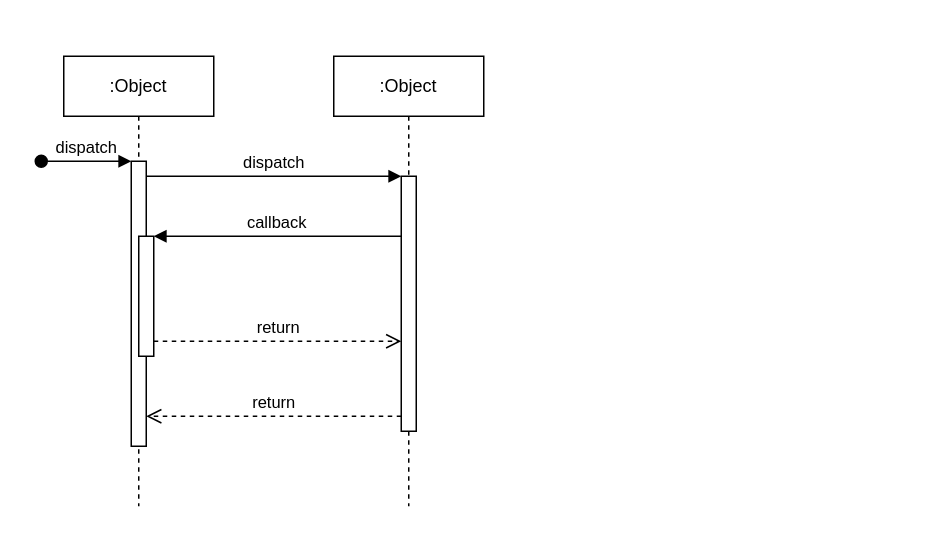
The draw.io diagram Untitled Diagram.drawio in lucasnaza1/EasyDrive, before the edit. Source tidied: cells renumbered, new cells numbered last; positions are measured from the earlier drawing's top-left corner, leaving out a move shared by most shapes. Both pictures are drawn from the tidied source at 150%, with x=0, y=0 at pixel (40, 56).
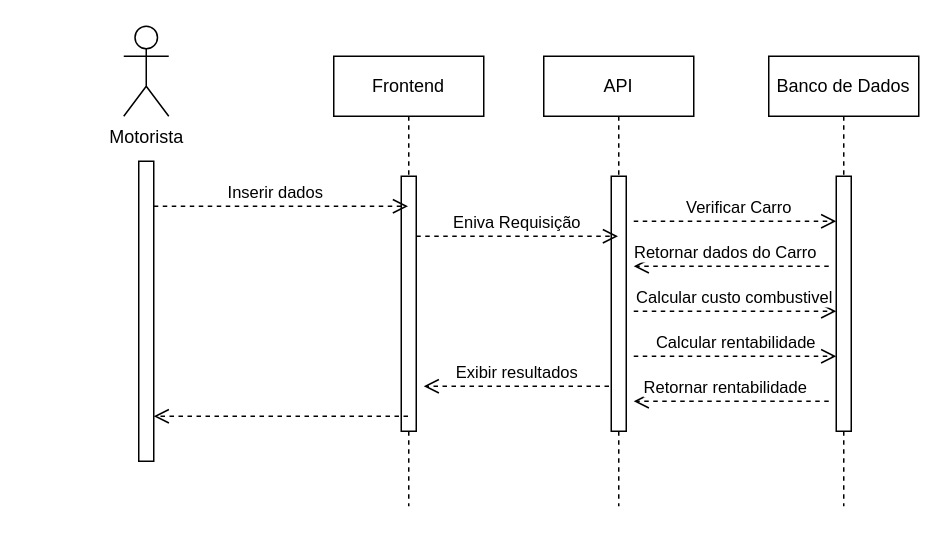
Above is the later version.

Unchanged cells that the change refers to:
```xml
<mxCell id="7" style="html=1;points=[];perimeter=orthogonalPerimeter;outlineConnect=0;targetShapes=umlLifeline;portConstraint=eastwest;newEdgeStyle={&quot;edgeStyle&quot;:&quot;elbowEdgeStyle&quot;,&quot;elbow&quot;:&quot;vertical&quot;,&quot;curved&quot;:0,&quot;rounded&quot;:0};" parent="6" vertex="1">
  <mxGeometry x="45" y="80" width="10" height="170" as="geometry" />
</mxCell>
```

What changed in the source:
```diff
@@
-    <mxCell id="2" value=":Object" style="shape=umlLifeline;perimeter=lifelinePerimeter;whiteSpace=wrap;html=1;newEdgeStyle={&quot;edgeStyle&quot;:&quot;elbowEdgeStyle&quot;,&quot;elbow&quot;:&quot;vertical&quot;,&quot;curved&quot;:0,&quot;rounded&quot;:0};" parent="1" vertex="1">
-      <mxGeometry x="15" width="100" height="300" as="geometry" />
-    </mxCell>
-    <mxCell id="3" style="html=1;points=[];perimeter=orthogonalPerimeter;outlineConnect=0;targetShapes=umlLifeline;portConstraint=eastwest;newEdgeStyle={&quot;edgeStyle&quot;:&quot;elbowEdgeStyle&quot;,&quot;elbow&quot;:&quot;vertical&quot;,&quot;curved&quot;:0,&quot;rounded&quot;:0};" parent="2" vertex="1">
-      <mxGeometry x="45" y="70" width="10" height="190" as="geometry" />
-    </mxCell>
-    <mxCell id="4" value="dispatch" style="html=1;verticalAlign=bottom;startArrow=oval;endArrow=block;startSize=8;edgeStyle=elbowEdgeStyle;elbow=vertical;curved=0;rounded=0;" parent="2" edge="1" target="3">
-      <mxGeometry relative="1" as="geometry">
-        <mxPoint x="-15" y="70" as="sourcePoint" />
-      </mxGeometry>
-    </mxCell>
-    <mxCell id="5" style="html=1;points=[];perimeter=orthogonalPerimeter;outlineConnect=0;targetShapes=umlLifeline;portConstraint=eastwest;newEdgeStyle={&quot;edgeStyle&quot;:&quot;elbowEdgeStyle&quot;,&quot;elbow&quot;:&quot;vertical&quot;,&quot;curved&quot;:0,&quot;rounded&quot;:0};" parent="2" vertex="1">
-      <mxGeometry x="50" y="120" width="10" height="80" as="geometry" />
-    </mxCell>
-    <mxCell id="6" value=":Object" style="shape=umlLifeline;perimeter=lifelinePerimeter;whiteSpace=wrap;html=1;outlineConnect=0;portConstraint=eastwest;newEdgeStyle={&quot;edgeStyle&quot;:&quot;elbowEdgeStyle&quot;,&quot;elbow&quot;:&quot;vertical&quot;,&quot;curved&quot;:0,&quot;rounded&quot;:0};" parent="1" vertex="1">
+    <mxCell id="6" value="Frontend" style="shape=umlLifeline;perimeter=lifelinePerimeter;whiteSpace=wrap;html=1;outlineConnect=0;portConstraint=eastwest;newEdgeStyle={&quot;edgeStyle&quot;:&quot;elbowEdgeStyle&quot;,&quot;elbow&quot;:&quot;vertical&quot;,&quot;curved&quot;:0,&quot;rounded&quot;:0};" parent="1" vertex="1">
       <mxGeometry x="195" width="100" height="300" as="geometry" />
     </mxCell>
@@
-    <mxCell id="8" value="dispatch" style="html=1;verticalAlign=bottom;endArrow=block;edgeStyle=elbowEdgeStyle;elbow=vertical;curved=0;rounded=0;" parent="1" edge="1" source="3" target="7">
-      <mxGeometry relative="1" as="geometry">
-        <Array as="points">
-          <mxPoint x="155" y="80" />
-        </Array>
-      </mxGeometry>
-    </mxCell>
-    <mxCell id="9" value="return" style="html=1;verticalAlign=bottom;endArrow=open;dashed=1;endSize=8;edgeStyle=elbowEdgeStyle;elbow=vertical;curved=0;rounded=0;" parent="1" edge="1" source="7" target="3">
-      <mxGeometry relative="1" as="geometry">
+    <mxCell id="9" value="Exibir resultados" style="html=1;verticalAlign=bottom;endArrow=open;dashed=1;endSize=8;edgeStyle=elbowEdgeStyle;elbow=vertical;curved=0;rounded=0;" parent="1" edge="1" source="12">
+      <mxGeometry x="0.07" relative="1" as="geometry">
+        <mxPoint x="255" y="220" as="targetPoint" />
         <Array as="points">
-          <mxPoint x="165" y="240" />
+          <mxPoint x="340" y="220" />
+          <mxPoint x="340" y="230" />
         </Array>
+        <mxPoint x="1" as="offset" />
       </mxGeometry>
     </mxCell>
-    <mxCell id="10" value="callback" style="html=1;verticalAlign=bottom;endArrow=block;edgeStyle=elbowEdgeStyle;elbow=vertical;curved=0;rounded=0;" parent="1" edge="1" source="7" target="5">
-      <mxGeometry relative="1" as="geometry">
-        <Array as="points">
-          <mxPoint x="165" y="120" />
-        </Array>
-      </mxGeometry>
-    </mxCell>
-    <mxCell id="11" value="return" style="html=1;verticalAlign=bottom;endArrow=open;dashed=1;endSize=8;edgeStyle=elbowEdgeStyle;elbow=vertical;curved=0;rounded=0;" parent="1" edge="1" source="5" target="7">
-      <mxGeometry relative="1" as="geometry">
-        <Array as="points">
-          <mxPoint x="155" y="190" />
-        </Array>
-      </mxGeometry>
-    </mxCell>
+    <mxCell id="12" value="API" style="shape=umlLifeline;perimeter=lifelinePerimeter;whiteSpace=wrap;html=1;outlineConnect=0;portConstraint=eastwest;newEdgeStyle={&quot;edgeStyle&quot;:&quot;elbowEdgeStyle&quot;,&quot;elbow&quot;:&quot;vertical&quot;,&quot;curved&quot;:0,&quot;rounded&quot;:0};" parent="1" vertex="1">
+      <mxGeometry x="335" width="100" height="300" as="geometry" />
+    </mxCell>
+    <mxCell id="13" style="html=1;perimeter=orthogonalPerimeter;targetShapes=umlLifeline;newEdgeStyle={&quot;edgeStyle&quot;:&quot;elbowEdgeStyle&quot;,&quot;elbow&quot;:&quot;vertical&quot;,&quot;curved&quot;:0,&quot;rounded&quot;:0};" parent="12" vertex="1">
+      <mxGeometry x="45" y="80" width="10" height="170" as="geometry" />
+    </mxCell>
+    <mxCell id="14" value="Banco de Dados" style="shape=umlLifeline;perimeter=lifelinePerimeter;whiteSpace=wrap;html=1;newEdgeStyle={&quot;edgeStyle&quot;:&quot;elbowEdgeStyle&quot;,&quot;elbow&quot;:&quot;vertical&quot;,&quot;curved&quot;:0,&quot;rounded&quot;:0};" parent="1" vertex="1">
+      <mxGeometry x="485" width="100" height="300" as="geometry" />
+    </mxCell>
+    <mxCell id="15" style="html=1;perimeter=orthogonalPerimeter;targetShapes=umlLifeline;newEdgeStyle={&quot;edgeStyle&quot;:&quot;elbowEdgeStyle&quot;,&quot;elbow&quot;:&quot;vertical&quot;,&quot;curved&quot;:0,&quot;rounded&quot;:0};" parent="14" vertex="1">
+      <mxGeometry x="45" y="80" width="10" height="170" as="geometry" />
+    </mxCell>
+    <mxCell id="16" value="Eniva Requisição" style="html=1;verticalAlign=bottom;endArrow=open;dashed=1;endSize=8;curved=0;rounded=0;" parent="1" edge="1" source="7" target="12">
+      <mxGeometry relative="1" as="geometry">
+        <Array as="points">
+          <mxPoint x="295" y="120" />
+        </Array>
+      </mxGeometry>
+    </mxCell>
+    <mxCell id="17" value="Inserir dados" style="html=1;verticalAlign=bottom;endArrow=open;dashed=1;endSize=8;curved=0;rounded=0;" parent="1" edge="1" target="6">
+      <mxGeometry x="-0.04" relative="1" as="geometry">
+        <mxPoint x="75" y="100" as="sourcePoint" />
+        <Array as="points">
+          <mxPoint x="120" y="100" />
+        </Array>
+      </mxGeometry>
+    </mxCell>
+    <mxCell id="18" style="html=1;verticalAlign=bottom;endArrow=open;dashed=1;endSize=8;edgeStyle=elbowEdgeStyle;elbow=vertical;curved=0;rounded=0;" parent="1" edge="1" source="6">
+      <mxGeometry x="0.07" relative="1" as="geometry">
+        <mxPoint x="75" y="240" as="targetPoint" />
+        <Array as="points">
+          <mxPoint x="150" y="240" />
+          <mxPoint x="150" y="250" />
+        </Array>
+        <mxPoint x="1" as="offset" />
+      </mxGeometry>
+    </mxCell>
+    <mxCell id="19" value="Verificar Carro" style="html=1;verticalAlign=bottom;endArrow=open;dashed=1;endSize=8;curved=0;rounded=0;" parent="1" edge="1">
+      <mxGeometry x="0.04" relative="1" as="geometry">
+        <mxPoint x="395" y="110" as="sourcePoint" />
+        <mxPoint x="530" y="110" as="targetPoint" />
+        <Array as="points">
+          <mxPoint x="440" y="110" />
+        </Array>
+      </mxGeometry>
+    </mxCell>
+    <mxCell id="20" value="Calcular custo combustivel" style="html=1;verticalAlign=bottom;endArrow=open;dashed=1;endSize=8;curved=0;rounded=0;" parent="1" edge="1">
+      <mxGeometry x="-0.01" relative="1" as="geometry">
+        <mxPoint x="395" y="170" as="sourcePoint" />
+        <mxPoint x="530" y="170" as="targetPoint" />
+        <Array as="points">
+          <mxPoint x="440" y="170" />
+        </Array>
+      </mxGeometry>
+    </mxCell>
+    <mxCell id="21" value="Calcular rentabilidade" style="html=1;verticalAlign=bottom;endArrow=open;dashed=1;endSize=8;curved=0;rounded=0;" parent="1" edge="1">
+      <mxGeometry relative="1" as="geometry">
+        <mxPoint x="395" y="200" as="sourcePoint" />
+        <mxPoint x="530" y="200" as="targetPoint" />
+        <Array as="points">
+          <mxPoint x="440" y="200" />
+        </Array>
+      </mxGeometry>
+    </mxCell>
+    <mxCell id="22" value="Retornar dados do Carro" style="html=1;verticalAlign=bottom;endArrow=open;dashed=1;endSize=8;edgeStyle=elbowEdgeStyle;elbow=vertical;curved=0;rounded=0;" parent="1" edge="1">
+      <mxGeometry x="0.07" relative="1" as="geometry">
+        <mxPoint x="525" y="140" as="sourcePoint" />
+        <mxPoint x="395" y="140" as="targetPoint" />
+        <Array as="points">
+          <mxPoint x="480" y="140" />
+          <mxPoint x="480" y="150" />
+        </Array>
+        <mxPoint x="1" as="offset" />
+      </mxGeometry>
+    </mxCell>
+    <mxCell id="23" value="Retornar rentabilidade" style="html=1;verticalAlign=bottom;endArrow=open;dashed=1;endSize=8;edgeStyle=elbowEdgeStyle;elbow=vertical;curved=0;rounded=0;" parent="1" edge="1">
+      <mxGeometry x="0.07" relative="1" as="geometry">
+        <mxPoint x="525" y="230" as="sourcePoint" />
+        <mxPoint x="395" y="230" as="targetPoint" />
+        <Array as="points">
+          <mxPoint x="480" y="230" />
+          <mxPoint x="480" y="240" />
+        </Array>
+        <mxPoint x="1" as="offset" />
+      </mxGeometry>
+    </mxCell>
+    <mxCell id="24" value="Motorista" style="shape=umlActor;verticalLabelPosition=bottom;verticalAlign=top;html=1;" parent="1" vertex="1">
+      <mxGeometry x="55" y="-20" width="30" height="60" as="geometry" />
+    </mxCell>
+    <mxCell id="25" style="html=1;perimeter=orthogonalPerimeter;targetShapes=umlLifeline;newEdgeStyle={&quot;curved&quot;:0,&quot;rounded&quot;:0};" parent="1" vertex="1">
+      <mxGeometry x="65" y="70" width="10" height="200" as="geometry" />
+    </mxCell>
```
